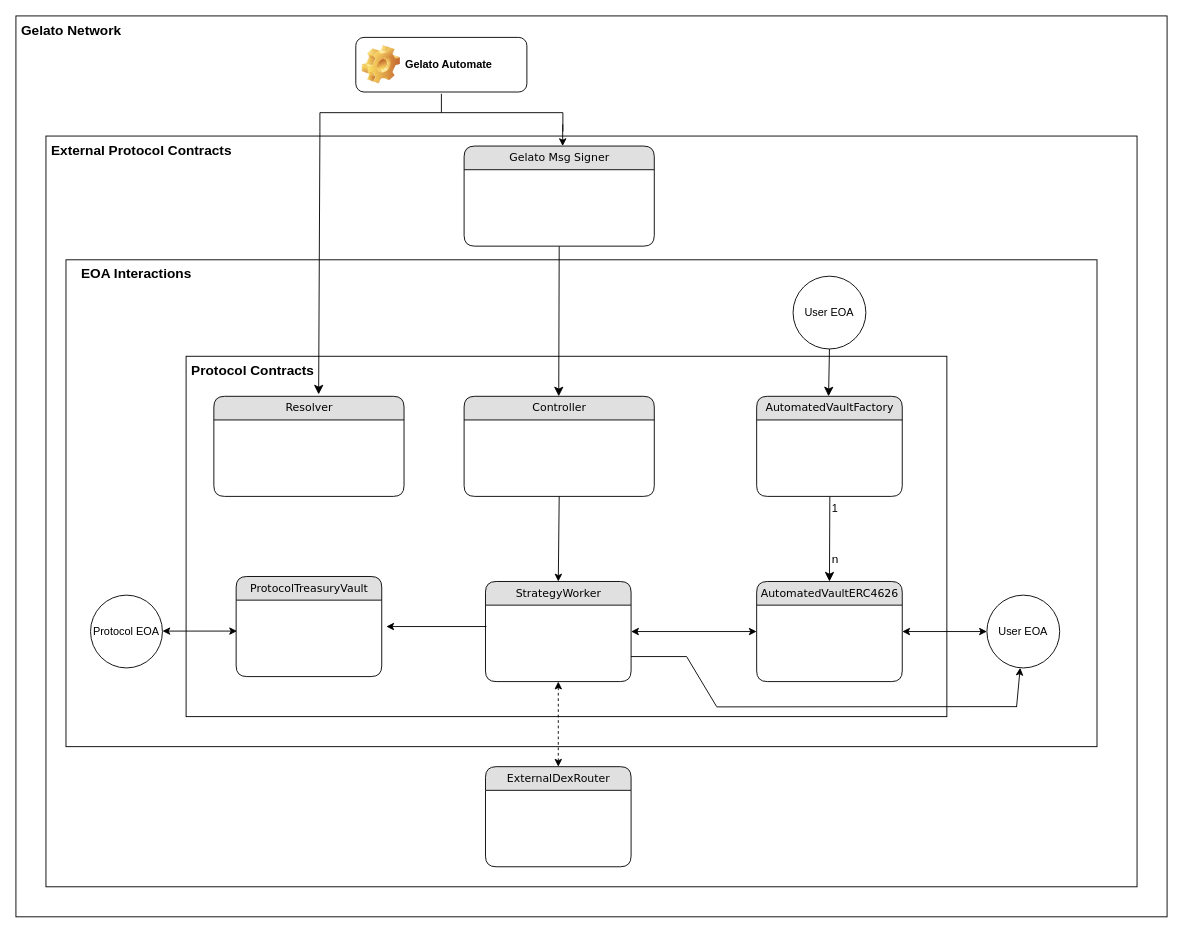
The draw.io diagram docs/architecture_diagram.drawio in adsvferreira/ERC4626-DCA-Vaults, before the edit. Source tidied: cells renumbered, new cells numbered last; positions are measured from the earlier drawing's top-left corner, leaving out a move shared by most shapes. Both pictures are drawn from the tidied source at 91%, with x=0, y=0 at pixel (15, -9).
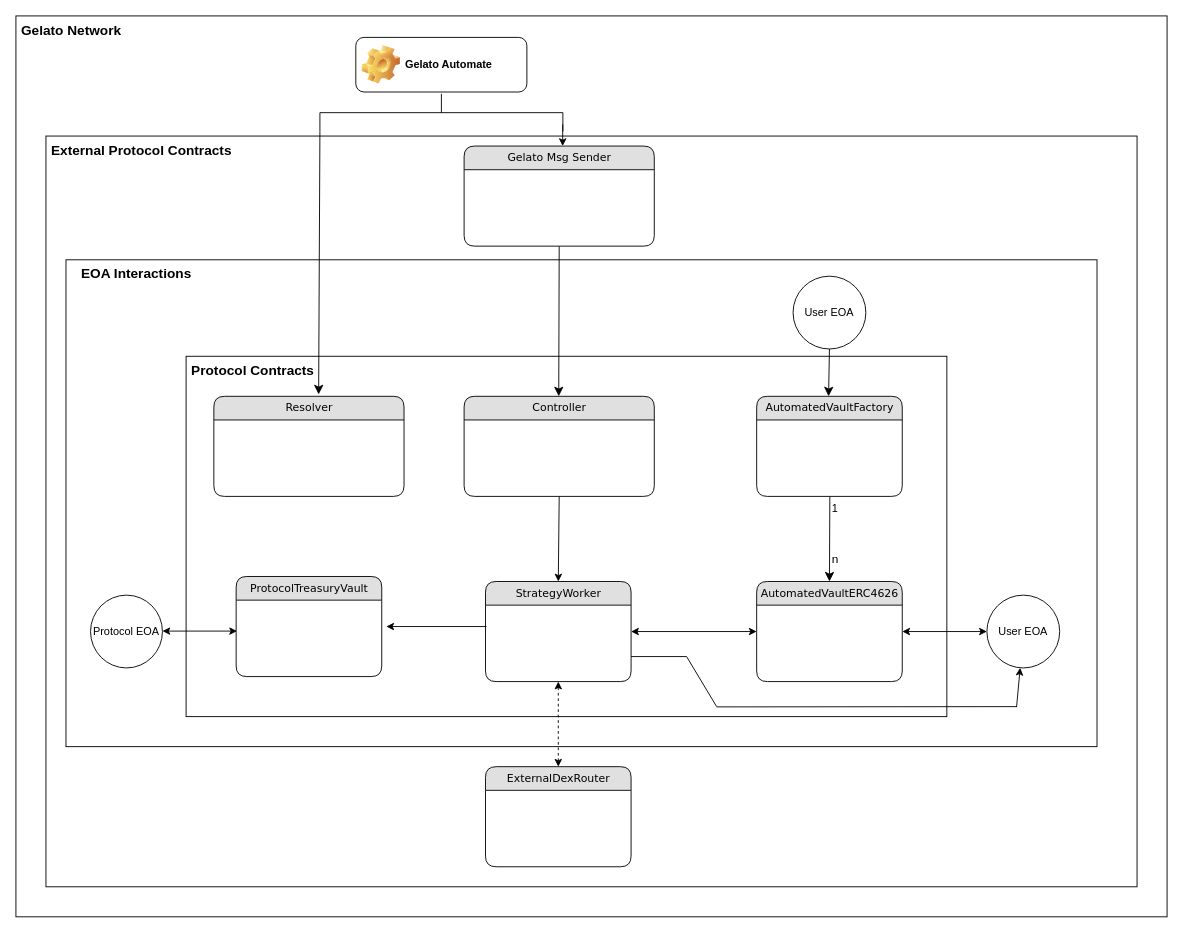
The same page after the edit.

Commit message (it also covers changes not shown here):
fix class name on architecture diagram

Change to the diagram source:
```diff
@@
-    <mxCell id="38" value="Gelato Msg Signer" style="swimlane;html=1;fontStyle=0;horizontal=1;startSize=26;fillColor=#e0e0e0;swimlaneFillColor=#ffffff;align=center;rounded=1;shadow=0;comic=0;labelBackgroundColor=none;strokeWidth=1;fontFamily=Verdana;fontSize=12;" parent="1" vertex="1">
+    <mxCell id="38" value="Gelato Msg Sender" style="swimlane;html=1;fontStyle=0;horizontal=1;startSize=26;fillColor=#e0e0e0;swimlaneFillColor=#ffffff;align=center;rounded=1;shadow=0;comic=0;labelBackgroundColor=none;strokeWidth=1;fontFamily=Verdana;fontSize=12;" parent="1" vertex="1">
       <mxGeometry x="492.5" y="170" width="209" height="110" as="geometry" />
     </mxCell>
```
